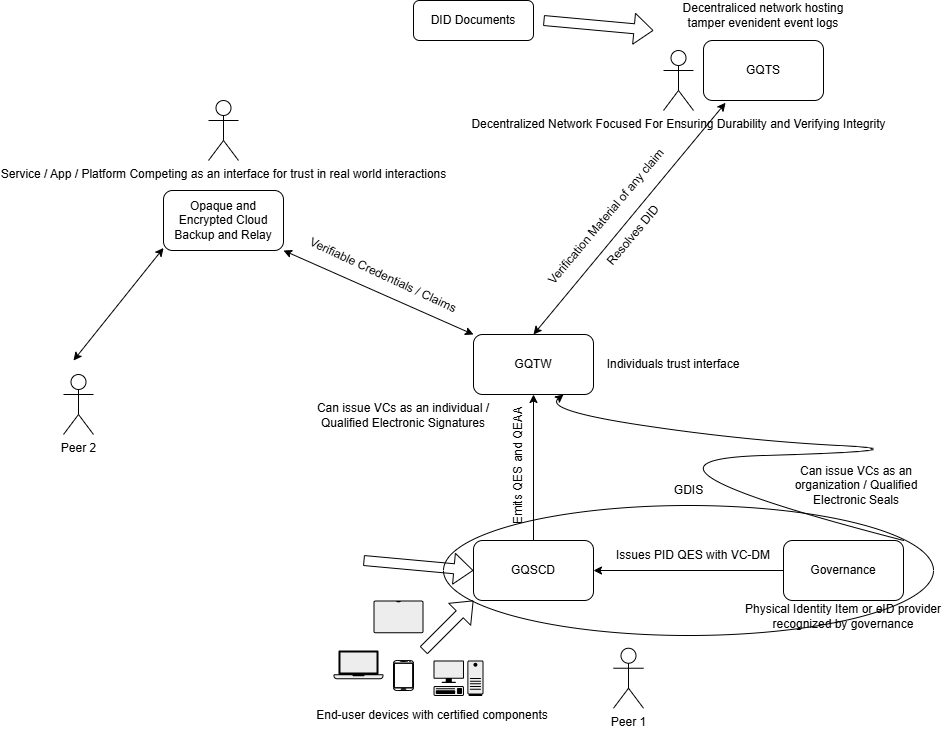
Earlier version of the draw.io export gidas.drawio.png (z-base/gidas). Source tidied: cells renumbered, new cells last; positions are measured from the earlier drawing's top-left corner, leaving out a move shared by most shapes.
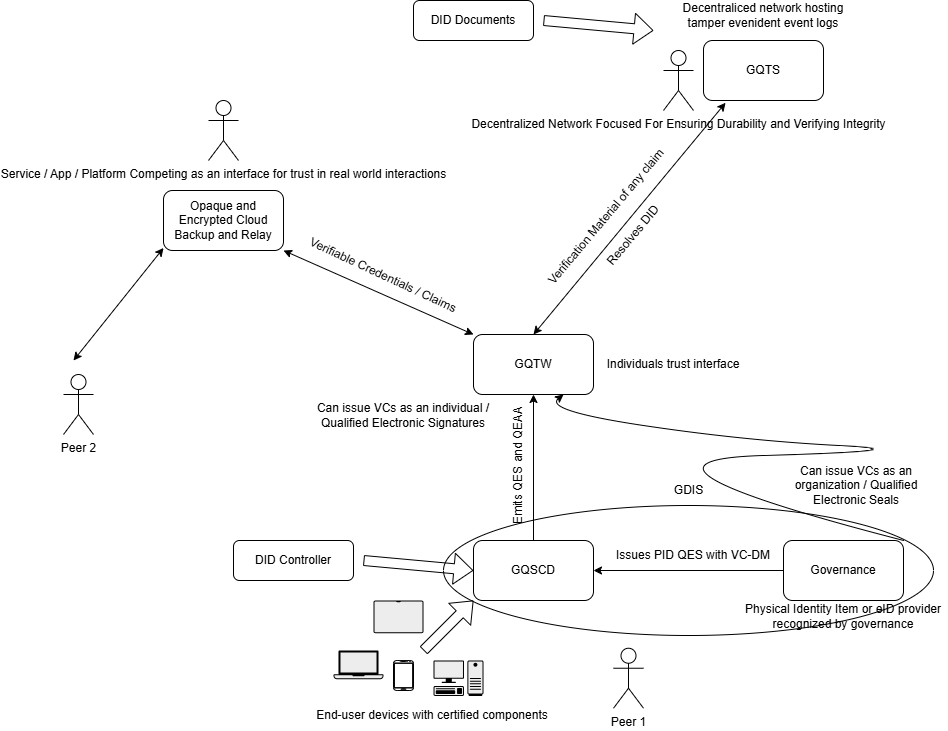
Above is the later version.

Diff of the diagram source:
```diff
@@ -130,5 +130,8 @@
         <mxPoint x="590" y="30" as="targetPoint" />
       </mxGeometry>
     </mxCell>
+    <mxCell id="38" value="DID Controller" style="rounded=1;whiteSpace=wrap;html=1;" parent="1" vertex="1">
+      <mxGeometry x="170" y="540" width="120" height="40" as="geometry" />
+    </mxCell>
   </root>
 </mxGraphModel>
```
